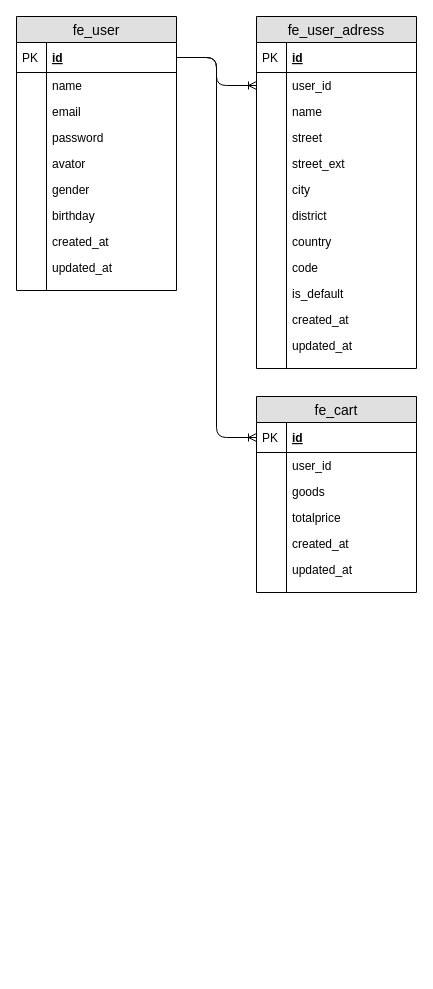
Above: 个人开源电商/littlemall_fe_service_sql.drawio in wurh/myDesignDoc (draw.io), before the change. Source tidied: cells renumbered, new cells numbered last; positions are measured from the earlier drawing's top-left corner, leaving out a move shared by most shapes. Both pictures are drawn from the tidied source at 100%, with x=0, y=0 at pixel (16, 16).
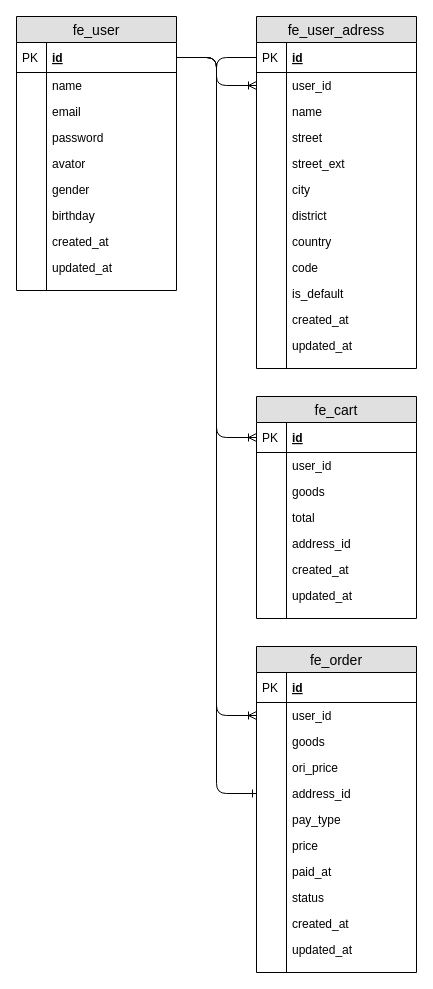
The same page after the edit.

The change refers to these unchanged cells:
```xml
<mxCell id="3" value="id" style="shape=partialRectangle;top=0;left=0;right=0;bottom=1;align=left;verticalAlign=middle;fillColor=none;spacingLeft=34;spacingRight=4;overflow=hidden;points=[[0,0.5],[1,0.5]];portConstraint=eastwest;fontStyle=5;fontSize=12;" parent="2" vertex="1">
  <mxGeometry y="26" width="160" height="30" as="geometry" />
</mxCell>
<mxCell id="24" value="id" style="shape=partialRectangle;top=0;left=0;right=0;bottom=1;align=left;verticalAlign=middle;fillColor=none;spacingLeft=34;spacingRight=4;overflow=hidden;points=[[0,0.5],[1,0.5]];portConstraint=eastwest;fontStyle=5;fontSize=12;" parent="23" vertex="1">
  <mxGeometry y="26" width="160" height="30" as="geometry" />
</mxCell>
```

Diff of the diagram source:
```diff
@@
     <mxCell id="51" value="fe_cart" style="swimlane;fontStyle=0;horizontal=1;startSize=26;fillColor=#e0e0e0;swimlaneFillColor=#ffffff;align=center;fontSize=14;" parent="1" vertex="1">
-      <mxGeometry x="240" y="380" width="160" height="196" as="geometry" />
+      <mxGeometry x="240" y="380" width="160" height="222" as="geometry" />
     </mxCell>
@@
-    <mxCell id="58" value="totalprice" style="shape=partialRectangle;top=0;left=0;right=0;bottom=0;align=left;verticalAlign=top;fillColor=none;spacingLeft=34;spacingRight=4;overflow=hidden;fontSize=12;" parent="51" vertex="1">
+    <mxCell id="58" value="total" style="shape=partialRectangle;top=0;left=0;right=0;bottom=0;align=left;verticalAlign=top;fillColor=none;spacingLeft=34;spacingRight=4;overflow=hidden;fontSize=12;" parent="51" vertex="1">
       <mxGeometry y="108" width="160" height="26" as="geometry" />
     </mxCell>
@@
+    <mxCell id="67" value="address_id" style="shape=partialRectangle;top=0;left=0;right=0;bottom=0;align=left;verticalAlign=top;fillColor=none;spacingLeft=34;spacingRight=4;overflow=hidden;fontSize=12;" parent="51" vertex="1">
+      <mxGeometry y="134" width="160" height="26" as="geometry" />
+    </mxCell>
+    <mxCell id="68" style="shape=partialRectangle;top=0;left=0;bottom=0;fillColor=none;align=left;verticalAlign=top;spacingLeft=4;spacingRight=4;overflow=hidden;fontSize=12;" parent="67" vertex="1">
+      <mxGeometry width="30" height="26" as="geometry" />
+    </mxCell>
     <mxCell id="60" value="created_at" style="shape=partialRectangle;top=0;left=0;right=0;bottom=0;align=left;verticalAlign=top;fillColor=none;spacingLeft=34;spacingRight=4;overflow=hidden;fontSize=12;" parent="51" vertex="1">
-      <mxGeometry y="134" width="160" height="26" as="geometry" />
+      <mxGeometry y="160" width="160" height="26" as="geometry" />
     </mxCell>
@@
     <mxCell id="62" value="updated_at" style="shape=partialRectangle;top=0;left=0;right=0;bottom=0;align=left;verticalAlign=top;fillColor=none;spacingLeft=34;spacingRight=4;overflow=hidden;fontSize=12;" parent="51" vertex="1">
-      <mxGeometry y="160" width="160" height="26" as="geometry" />
+      <mxGeometry y="186" width="160" height="26" as="geometry" />
     </mxCell>
@@
     <mxCell id="64" style="shape=partialRectangle;top=0;left=0;right=0;bottom=0;align=left;verticalAlign=top;fillColor=none;spacingLeft=34;spacingRight=4;overflow=hidden;fontSize=12;" parent="51" vertex="1">
-      <mxGeometry y="186" width="160" height="10" as="geometry" />
+      <mxGeometry y="212" width="160" height="10" as="geometry" />
     </mxCell>
@@
+    <mxCell id="69" value="fe_order" style="swimlane;fontStyle=0;horizontal=1;startSize=26;fillColor=#e0e0e0;swimlaneFillColor=#ffffff;align=center;fontSize=14;" parent="1" vertex="1">
+      <mxGeometry x="240" y="630" width="160" height="326" as="geometry" />
+    </mxCell>
+    <mxCell id="70" value="id" style="shape=partialRectangle;top=0;left=0;right=0;bottom=1;align=left;verticalAlign=middle;fillColor=none;spacingLeft=34;spacingRight=4;overflow=hidden;fontStyle=5;fontSize=12;" parent="69" vertex="1">
+      <mxGeometry y="26" width="160" height="30" as="geometry" />
+    </mxCell>
+    <mxCell id="71" value="PK" style="shape=partialRectangle;top=0;left=0;bottom=0;fillColor=none;align=left;verticalAlign=middle;spacingLeft=4;spacingRight=4;overflow=hidden;fontSize=12;" parent="70" vertex="1">
+      <mxGeometry width="30" height="30" as="geometry" />
+    </mxCell>
+    <mxCell id="72" value="user_id" style="shape=partialRectangle;top=0;left=0;right=0;bottom=0;align=left;verticalAlign=top;fillColor=none;spacingLeft=34;spacingRight=4;overflow=hidden;points=[[0,0.5],[1,0.5]];portConstraint=eastwest;fontSize=12;" parent="69" vertex="1">
+      <mxGeometry y="56" width="160" height="26" as="geometry" />
+    </mxCell>
+    <mxCell id="73" style="shape=partialRectangle;top=0;left=0;bottom=0;fillColor=none;align=left;verticalAlign=top;spacingLeft=4;spacingRight=4;overflow=hidden;fontSize=12;" parent="72" vertex="1">
+      <mxGeometry width="30" height="26" as="geometry" />
+    </mxCell>
+    <mxCell id="74" value="goods" style="shape=partialRectangle;top=0;left=0;right=0;bottom=0;align=left;verticalAlign=top;fillColor=none;spacingLeft=34;spacingRight=4;overflow=hidden;fontSize=12;" parent="69" vertex="1">
+      <mxGeometry y="82" width="160" height="26" as="geometry" />
+    </mxCell>
+    <mxCell id="75" style="shape=partialRectangle;top=0;left=0;bottom=0;fillColor=none;align=left;verticalAlign=top;spacingLeft=4;spacingRight=4;overflow=hidden;fontSize=12;" parent="74" vertex="1">
+      <mxGeometry width="30" height="26" as="geometry" />
+    </mxCell>
+    <mxCell id="76" value="ori_price" style="shape=partialRectangle;top=0;left=0;right=0;bottom=0;align=left;verticalAlign=top;fillColor=none;spacingLeft=34;spacingRight=4;overflow=hidden;fontSize=12;" parent="69" vertex="1">
+      <mxGeometry y="108" width="160" height="26" as="geometry" />
+    </mxCell>
+    <mxCell id="77" style="shape=partialRectangle;top=0;left=0;bottom=0;fillColor=none;align=left;verticalAlign=top;spacingLeft=4;spacingRight=4;overflow=hidden;fontSize=12;" parent="76" vertex="1">
+      <mxGeometry width="30" height="26" as="geometry" />
+    </mxCell>
+    <mxCell id="78" value="address_id" style="shape=partialRectangle;top=0;left=0;right=0;bottom=0;align=left;verticalAlign=top;fillColor=none;spacingLeft=34;spacingRight=4;overflow=hidden;points=[[0,0.5],[1,0.5]];portConstraint=eastwest;fontSize=12;" parent="69" vertex="1">
+      <mxGeometry y="134" width="160" height="26" as="geometry" />
+    </mxCell>
+    <mxCell id="79" style="shape=partialRectangle;top=0;left=0;bottom=0;fillColor=none;align=left;verticalAlign=top;spacingLeft=4;spacingRight=4;overflow=hidden;fontSize=12;" parent="78" vertex="1">
+      <mxGeometry width="30" height="26" as="geometry" />
+    </mxCell>
+    <mxCell id="80" value="pay_type" style="shape=partialRectangle;top=0;left=0;right=0;bottom=0;align=left;verticalAlign=top;fillColor=none;spacingLeft=34;spacingRight=4;overflow=hidden;fontSize=12;" parent="69" vertex="1">
+      <mxGeometry y="160" width="160" height="26" as="geometry" />
+    </mxCell>
+    <mxCell id="81" style="shape=partialRectangle;top=0;left=0;bottom=0;fillColor=none;align=left;verticalAlign=top;spacingLeft=4;spacingRight=4;overflow=hidden;fontSize=12;" parent="80" vertex="1">
+      <mxGeometry width="30" height="26" as="geometry" />
+    </mxCell>
+    <mxCell id="82" value="price" style="shape=partialRectangle;top=0;left=0;right=0;bottom=0;align=left;verticalAlign=top;fillColor=none;spacingLeft=34;spacingRight=4;overflow=hidden;fontSize=12;" parent="69" vertex="1">
+      <mxGeometry y="186" width="160" height="26" as="geometry" />
+    </mxCell>
+    <mxCell id="83" style="shape=partialRectangle;top=0;left=0;bottom=0;fillColor=none;align=left;verticalAlign=top;spacingLeft=4;spacingRight=4;overflow=hidden;fontSize=12;" parent="82" vertex="1">
+      <mxGeometry width="30" height="26" as="geometry" />
+    </mxCell>
+    <mxCell id="84" value="paid_at" style="shape=partialRectangle;top=0;left=0;right=0;bottom=0;align=left;verticalAlign=top;fillColor=none;spacingLeft=34;spacingRight=4;overflow=hidden;fontSize=12;" parent="69" vertex="1">
+      <mxGeometry y="212" width="160" height="26" as="geometry" />
+    </mxCell>
+    <mxCell id="85" style="shape=partialRectangle;top=0;left=0;bottom=0;fillColor=none;align=left;verticalAlign=top;spacingLeft=4;spacingRight=4;overflow=hidden;fontSize=12;" parent="84" vertex="1">
+      <mxGeometry width="30" height="26" as="geometry" />
+    </mxCell>
+    <mxCell id="86" value="status" style="shape=partialRectangle;top=0;left=0;right=0;bottom=0;align=left;verticalAlign=top;fillColor=none;spacingLeft=34;spacingRight=4;overflow=hidden;fontSize=12;" parent="69" vertex="1">
+      <mxGeometry y="238" width="160" height="26" as="geometry" />
+    </mxCell>
+    <mxCell id="87" style="shape=partialRectangle;top=0;left=0;bottom=0;fillColor=none;align=left;verticalAlign=top;spacingLeft=4;spacingRight=4;overflow=hidden;fontSize=12;" parent="86" vertex="1">
+      <mxGeometry width="30" height="26" as="geometry" />
+    </mxCell>
+    <mxCell id="88" value="created_at" style="shape=partialRectangle;top=0;left=0;right=0;bottom=0;align=left;verticalAlign=top;fillColor=none;spacingLeft=34;spacingRight=4;overflow=hidden;fontSize=12;" parent="69" vertex="1">
+      <mxGeometry y="264" width="160" height="26" as="geometry" />
+    </mxCell>
+    <mxCell id="89" style="shape=partialRectangle;top=0;left=0;bottom=0;fillColor=none;align=left;verticalAlign=top;spacingLeft=4;spacingRight=4;overflow=hidden;fontSize=12;" parent="88" vertex="1">
+      <mxGeometry width="30" height="26" as="geometry" />
+    </mxCell>
+    <mxCell id="90" value="updated_at" style="shape=partialRectangle;top=0;left=0;right=0;bottom=0;align=left;verticalAlign=top;fillColor=none;spacingLeft=34;spacingRight=4;overflow=hidden;fontSize=12;" parent="69" vertex="1">
+      <mxGeometry y="290" width="160" height="26" as="geometry" />
+    </mxCell>
+    <mxCell id="91" style="shape=partialRectangle;top=0;left=0;bottom=0;fillColor=none;align=left;verticalAlign=top;spacingLeft=4;spacingRight=4;overflow=hidden;fontSize=12;" parent="90" vertex="1">
+      <mxGeometry width="30" height="26" as="geometry" />
+    </mxCell>
+    <mxCell id="92" style="shape=partialRectangle;top=0;left=0;right=0;bottom=0;align=left;verticalAlign=top;fillColor=none;spacingLeft=34;spacingRight=4;overflow=hidden;fontSize=12;" parent="69" vertex="1">
+      <mxGeometry y="316" width="160" height="10" as="geometry" />
+    </mxCell>
+    <mxCell id="93" style="shape=partialRectangle;top=0;left=0;bottom=0;fillColor=none;align=left;verticalAlign=top;spacingLeft=4;spacingRight=4;overflow=hidden;fontSize=12;" parent="92" vertex="1">
+      <mxGeometry width="30" height="10" as="geometry" />
+    </mxCell>
+    <mxCell id="94" style="edgeStyle=elbowEdgeStyle;fontSize=12;html=1;endArrow=ERoneToMany;exitX=1;exitY=0.5;exitDx=0;exitDy=0;entryX=0;entryY=0.5;entryDx=0;entryDy=0;" parent="1" edge="1" source="3" target="72">
+      <mxGeometry relative="1" as="geometry" />
+    </mxCell>
+    <mxCell id="95" style="edgeStyle=elbowEdgeStyle;fontSize=12;html=1;endArrow=ERone;endFill=1;entryX=0;entryY=0.5;entryDx=0;entryDy=0;exitX=0;exitY=0.5;exitDx=0;exitDy=0;" parent="1" edge="1" source="24" target="78">
+      <mxGeometry relative="1" as="geometry">
+        <Array as="points">
+          <mxPoint x="200" y="409" />
+        </Array>
+      </mxGeometry>
+    </mxCell>
```
